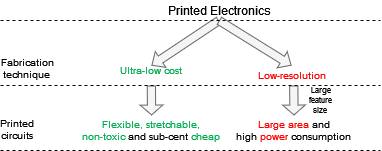
Earlier version of the draw.io export images/problem.png (AutoPNN/AutoPNN.github.io). Source tidied: cells renumbered, new cells last; positions are measured from the earlier drawing's top-left corner, leaving out a move shared by most shapes.
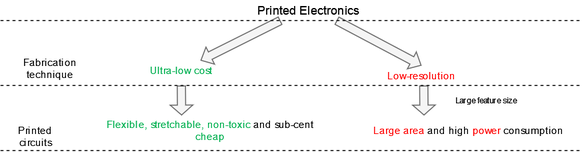
Later version of the same file.

Change to the diagram source:
```diff
@@ -2,67 +2,67 @@
   <root>
     <mxCell id="0" />
     <mxCell id="1" parent="0" />
-    <mxCell id="2" style="group;" parent="1" vertex="1">
-      <mxGeometry width="380" height="150" as="geometry" />
-    </mxCell>
-    <mxCell id="3" value="Printed Electronics" style="text;html=1;strokeColor=none;fillColor=none;align=center;verticalAlign=middle;whiteSpace=wrap;rounded=0;" parent="2" vertex="1">
-      <mxGeometry x="163.5" width="110" height="20" as="geometry" />
+    <mxCell id="3" value="Printed Electronics" style="text;html=1;strokeColor=none;fillColor=none;align=center;verticalAlign=middle;whiteSpace=wrap;rounded=0;" parent="1" vertex="1">
+      <mxGeometry x="253.5" y="10" width="110" height="20" as="geometry" />
     </mxCell>
-    <mxCell id="4" style="shape=flexArrow;endArrow=classic;html=1;rounded=0;width=8.260869565217392;endSize=3.135483870967742;endWidth=9.796633941093969;exitX=0.5;exitY=1;exitDx=0;exitDy=0;entryX=0.5;entryY=0;entryDx=0;entryDy=0;fillColor=#f5f5f5;strokeColor=#666666;" parent="2" edge="1" source="3" target="5">
-      <mxGeometry relative="1" as="geometry" />
+    <mxCell id="4" style="shape=flexArrow;endArrow=classic;html=1;rounded=0;width=8.260869565217392;endSize=3.135483870967742;endWidth=9.796633941093969;fillColor=#f5f5f5;strokeColor=#666666;" parent="1" edge="1">
+      <mxGeometry relative="1" as="geometry">
+        <mxPoint x="280" y="30" as="sourcePoint" />
+        <mxPoint x="200" y="70" as="targetPoint" />
+      </mxGeometry>
     </mxCell>
-    <mxCell id="5" value="&lt;font style=&quot;font-size: 10px;&quot;&gt;&lt;font style=&quot;font-size: 10px;&quot;&gt;&lt;span style=&quot;font-family: Arial; color: rgb(0, 176, 80); font-size: 10px;&quot;&gt;Ultra-low cost&lt;/span&gt;&lt;/font&gt;&lt;/font&gt;" style="text;html=1;strokeColor=none;fillColor=none;align=center;verticalAlign=middle;whiteSpace=wrap;rounded=0;fontSize=10;" parent="2" vertex="1">
-      <mxGeometry x="107.2" y="65" width="87.5" height="10" as="geometry" />
+    <mxCell id="5" value="&lt;font style=&quot;font-size: 10px;&quot;&gt;&lt;font style=&quot;font-size: 10px;&quot;&gt;&lt;span style=&quot;font-family: Arial; color: rgb(0, 176, 80); font-size: 10px;&quot;&gt;Ultra-low cost&lt;/span&gt;&lt;/font&gt;&lt;/font&gt;" style="text;html=1;strokeColor=none;fillColor=none;align=center;verticalAlign=middle;whiteSpace=wrap;rounded=0;fontSize=10;" parent="1" vertex="1">
+      <mxGeometry x="137.2" y="75" width="87.5" height="10" as="geometry" />
     </mxCell>
-    <mxCell id="6" style="shape=flexArrow;endArrow=classic;html=1;rounded=0;width=8.260869565217392;endSize=2.9782608695652173;endWidth=13.3648393194707;fillColor=#f5f5f5;strokeColor=#666666;" parent="2" edge="1">
+    <mxCell id="6" style="shape=flexArrow;endArrow=classic;html=1;rounded=0;width=8.260869565217392;endSize=2.9782608695652173;endWidth=13.3648393194707;fillColor=#f5f5f5;strokeColor=#666666;" parent="1" edge="1">
       <mxGeometry relative="1" as="geometry">
-        <mxPoint x="150.9" y="85" as="sourcePoint" />
-        <mxPoint x="151.1" y="115" as="targetPoint" />
+        <mxPoint x="180.9" y="95" as="sourcePoint" />
+        <mxPoint x="181.1" y="125" as="targetPoint" />
       </mxGeometry>
     </mxCell>
-    <mxCell id="7" value="&lt;font style=&quot;font-size: 10px;&quot;&gt;&lt;span style=&quot;font-family: Arial; color: rgb(0, 176, 80); font-size: 10px;&quot;&gt;Flexible&lt;/span&gt;&lt;span style=&quot;font-family: Arial; color: rgb(0, 176, 80); font-size: 10px;&quot;&gt;, &lt;/span&gt;&lt;span style=&quot;font-family: Arial; color: rgb(0, 176, 80); font-size: 10px;&quot;&gt;stretchable&lt;/span&gt;&lt;span style=&quot;font-family: Arial; color: rgb(0, 176, 80); font-size: 10px;&quot;&gt;, &lt;br style=&quot;font-size: 10px;&quot;&gt;&lt;/span&gt;&lt;span style=&quot;font-family: Arial; color: rgb(0, 176, 80); font-size: 10px;&quot;&gt;non-toxic&lt;/span&gt;&lt;span style=&quot;font-family: Arial; color: black; font-size: 10px;&quot;&gt; and sub-cent &lt;/span&gt;&lt;span style=&quot;font-family: Arial; color: rgb(0, 176, 80); font-size: 10px;&quot;&gt;chea&lt;/span&gt;&lt;/font&gt;&lt;font style=&quot;font-size: 10px;&quot;&gt;&lt;span style=&quot;font-family: Arial; color: rgb(0, 176, 80); font-size: 10px;&quot;&gt;p&lt;/span&gt;&lt;/font&gt;" style="text;html=1;strokeColor=none;fillColor=none;align=center;verticalAlign=middle;whiteSpace=wrap;rounded=0;fontSize=10;" parent="2" vertex="1">
-      <mxGeometry x="81" y="115" width="140" height="30" as="geometry" />
+    <mxCell id="7" value="&lt;font style=&quot;font-size: 10px;&quot;&gt;&lt;span style=&quot;font-family: Arial; color: rgb(0, 176, 80); font-size: 10px;&quot;&gt;Flexible&lt;/span&gt;&lt;span style=&quot;font-family: Arial; color: rgb(0, 176, 80); font-size: 10px;&quot;&gt;, &lt;/span&gt;&lt;span style=&quot;font-family: Arial; color: rgb(0, 176, 80); font-size: 10px;&quot;&gt;stretchable&lt;/span&gt;&lt;span style=&quot;font-family: Arial; color: rgb(0, 176, 80); font-size: 10px;&quot;&gt;, &lt;/span&gt;&lt;span style=&quot;font-family: Arial; color: rgb(0, 176, 80); font-size: 10px;&quot;&gt;non-toxic&lt;/span&gt;&lt;span style=&quot;font-family: Arial; color: black; font-size: 10px;&quot;&gt; and sub-cent &lt;/span&gt;&lt;span style=&quot;font-family: Arial; color: rgb(0, 176, 80); font-size: 10px;&quot;&gt;chea&lt;/span&gt;&lt;/font&gt;&lt;font style=&quot;font-size: 10px;&quot;&gt;&lt;span style=&quot;font-family: Arial; color: rgb(0, 176, 80); font-size: 10px;&quot;&gt;p&lt;/span&gt;&lt;/font&gt;" style="text;html=1;strokeColor=none;fillColor=none;align=center;verticalAlign=middle;whiteSpace=wrap;rounded=0;fontSize=10;" parent="1" vertex="1">
+      <mxGeometry x="90" y="125" width="240" height="30" as="geometry" />
     </mxCell>
-    <mxCell id="8" value="&lt;font style=&quot;font-size: 10px;&quot;&gt;Printed circuits&lt;/font&gt;" style="text;html=1;strokeColor=none;fillColor=none;align=center;verticalAlign=middle;whiteSpace=wrap;rounded=0;fontSize=10;" parent="2" vertex="1">
-      <mxGeometry y="115" width="33.5" height="27.5" as="geometry" />
+    <mxCell id="8" value="&lt;font style=&quot;font-size: 10px;&quot;&gt;Printed circuits&lt;/font&gt;" style="text;html=1;strokeColor=none;fillColor=none;align=center;verticalAlign=middle;whiteSpace=wrap;rounded=0;fontSize=10;" parent="1" vertex="1">
+      <mxGeometry y="132" width="70" height="27.5" as="geometry" />
     </mxCell>
-    <mxCell id="9" value="&lt;font style=&quot;font-size: 10px;&quot;&gt;Fabrication technique&lt;/font&gt;&lt;font style=&quot;font-size: 10px;&quot;&gt;&lt;br style=&quot;font-size: 10px;&quot;&gt;&lt;/font&gt;" style="text;html=1;strokeColor=none;fillColor=none;align=center;verticalAlign=middle;whiteSpace=wrap;rounded=0;fontSize=10;" parent="2" vertex="1">
-      <mxGeometry y="50" width="53.5" height="35" as="geometry" />
+    <mxCell id="9" value="&lt;font style=&quot;font-size: 10px;&quot;&gt;Fabrication technique&lt;/font&gt;&lt;font style=&quot;font-size: 10px;&quot;&gt;&lt;br style=&quot;font-size: 10px;&quot;&gt;&lt;/font&gt;" style="text;html=1;strokeColor=none;fillColor=none;align=center;verticalAlign=middle;whiteSpace=wrap;rounded=0;fontSize=10;" parent="1" vertex="1">
+      <mxGeometry y="60" width="100" height="35" as="geometry" />
     </mxCell>
-    <mxCell id="10" value="&lt;font style=&quot;font-size: 10px;&quot;&gt;&lt;span style=&quot;font-family: Arial; color: red; font-size: 10px;&quot;&gt;Low-resolution&lt;/span&gt;&lt;/font&gt;" style="text;html=1;strokeColor=none;fillColor=none;align=center;verticalAlign=middle;whiteSpace=wrap;rounded=0;fontSize=10;" parent="2" vertex="1">
-      <mxGeometry x="253.5" y="65" width="75" height="20" as="geometry" />
+    <mxCell id="10" value="&lt;font style=&quot;font-size: 10px;&quot;&gt;&lt;span style=&quot;font-family: Arial; color: red; font-size: 10px;&quot;&gt;Low-resolution&lt;/span&gt;&lt;/font&gt;" style="text;html=1;strokeColor=none;fillColor=none;align=center;verticalAlign=middle;whiteSpace=wrap;rounded=0;fontSize=10;" parent="1" vertex="1">
+      <mxGeometry x="383.5" y="75" width="75" height="20" as="geometry" />
     </mxCell>
-    <mxCell id="11" value="&lt;font style=&quot;font-size: 10px;&quot;&gt;&lt;span style=&quot;font-family: Arial; color: red; font-size: 10px;&quot;&gt;Large area&lt;/span&gt;&lt;span style=&quot;font-family: Arial; color: black; font-size: 10px;&quot;&gt; and&lt;br&gt;high &lt;/span&gt;&lt;span style=&quot;font-family: Arial; color: red; font-size: 10px;&quot;&gt;power&lt;/span&gt;&lt;span style=&quot;font-family: Arial; color: black; font-size: 10px;&quot;&gt; consumption&lt;/span&gt;&lt;/font&gt;&lt;font style=&quot;font-size: 10px;&quot;&gt;&lt;br style=&quot;font-size: 10px;&quot;&gt;&lt;/font&gt;" style="text;html=1;strokeColor=none;fillColor=none;align=center;verticalAlign=middle;whiteSpace=wrap;rounded=0;fontSize=10;" parent="2" vertex="1">
-      <mxGeometry x="233.5" y="115" width="120" height="30" as="geometry" />
+    <mxCell id="11" value="&lt;font style=&quot;font-size: 10px;&quot;&gt;&lt;span style=&quot;font-family: Arial; color: red; font-size: 10px;&quot;&gt;Large area&lt;/span&gt;&lt;span style=&quot;font-family: Arial; color: black; font-size: 10px;&quot;&gt; and high &lt;/span&gt;&lt;span style=&quot;font-family: Arial; color: red; font-size: 10px;&quot;&gt;power&lt;/span&gt;&lt;span style=&quot;font-family: Arial; color: black; font-size: 10px;&quot;&gt; consumption&lt;/span&gt;&lt;/font&gt;&lt;font style=&quot;font-size: 10px;&quot;&gt;&lt;br style=&quot;font-size: 10px;&quot;&gt;&lt;/font&gt;" style="text;html=1;strokeColor=none;fillColor=none;align=center;verticalAlign=middle;whiteSpace=wrap;rounded=0;fontSize=10;" parent="1" vertex="1">
+      <mxGeometry x="370" y="125" width="196.5" height="30" as="geometry" />
     </mxCell>
-    <mxCell id="12" value="&lt;font style=&quot;font-size: 8px;&quot;&gt;&lt;span style=&quot;font-family: Arial; color: black; font-size: 8px;&quot;&gt;Large feature size&lt;/span&gt;&lt;/font&gt;&lt;font style=&quot;font-size: 8px;&quot;&gt;&lt;br style=&quot;font-size: 8px;&quot;&gt;&lt;/font&gt;" style="text;html=1;strokeColor=none;fillColor=none;align=center;verticalAlign=middle;whiteSpace=wrap;rounded=0;fontSize=8;rotation=0;" parent="2" vertex="1">
-      <mxGeometry x="300.5" y="85" width="38.8" height="30" as="geometry" />
+    <mxCell id="12" value="&lt;font style=&quot;font-size: 8px;&quot;&gt;&lt;span style=&quot;font-family: Arial; color: black; font-size: 8px;&quot;&gt;Large feature size&lt;/span&gt;&lt;/font&gt;&lt;font style=&quot;font-size: 8px;&quot;&gt;&lt;br style=&quot;font-size: 8px;&quot;&gt;&lt;/font&gt;" style="text;html=1;strokeColor=none;fillColor=none;align=center;verticalAlign=middle;whiteSpace=wrap;rounded=0;fontSize=8;rotation=0;" parent="1" vertex="1">
+      <mxGeometry x="450.5" y="95" width="69.5" height="30" as="geometry" />
     </mxCell>
-    <mxCell id="13" style="shape=flexArrow;endArrow=classic;html=1;rounded=0;width=8.260869565217392;endSize=2.9782608695652173;endWidth=13.3648393194707;fillColor=#f5f5f5;strokeColor=#666666;" parent="2" edge="1">
+    <mxCell id="13" style="shape=flexArrow;endArrow=classic;html=1;rounded=0;width=8.260869565217392;endSize=2.9782608695652173;endWidth=13.3648393194707;fillColor=#f5f5f5;strokeColor=#666666;" parent="1" edge="1">
       <mxGeometry relative="1" as="geometry">
-        <mxPoint x="293.3" y="85" as="sourcePoint" />
-        <mxPoint x="293.5" y="115" as="targetPoint" />
+        <mxPoint x="423.3" y="95" as="sourcePoint" />
+        <mxPoint x="423.5" y="125" as="targetPoint" />
       </mxGeometry>
     </mxCell>
-    <mxCell id="14" style="endArrow=none;dashed=1;html=1;rounded=0;" parent="2" edge="1">
+    <mxCell id="14" style="endArrow=none;dashed=1;html=1;rounded=0;" parent="1" edge="1">
       <mxGeometry relative="1" as="geometry">
-        <mxPoint y="85" as="sourcePoint" />
-        <mxPoint x="380" y="85" as="targetPoint" />
+        <mxPoint y="95" as="sourcePoint" />
+        <mxPoint x="580" y="95" as="targetPoint" />
       </mxGeometry>
     </mxCell>
-    <mxCell id="15" style="endArrow=none;dashed=1;html=1;rounded=0;" parent="2" edge="1">
+    <mxCell id="15" style="endArrow=none;dashed=1;html=1;rounded=0;" parent="1" edge="1">
       <mxGeometry relative="1" as="geometry">
-        <mxPoint y="150" as="sourcePoint" />
-        <mxPoint x="380" y="150" as="targetPoint" />
+        <mxPoint y="160" as="sourcePoint" />
+        <mxPoint x="580" y="160" as="targetPoint" />
       </mxGeometry>
     </mxCell>
-    <mxCell id="16" style="shape=flexArrow;endArrow=classic;html=1;rounded=0;width=8.260869565217392;endSize=3.135483870967742;endWidth=9.796633941093969;entryX=0.5;entryY=0;entryDx=0;entryDy=0;fillColor=#f5f5f5;strokeColor=#666666;exitX=0.5;exitY=1;exitDx=0;exitDy=0;" parent="2" edge="1" source="3" target="10">
+    <mxCell id="16" style="shape=flexArrow;endArrow=classic;html=1;rounded=0;width=8.260869565217392;endSize=3.135483870967742;endWidth=9.796633941093969;entryX=0.5;entryY=0;entryDx=0;entryDy=0;fillColor=#f5f5f5;strokeColor=#666666;exitX=0.75;exitY=1;exitDx=0;exitDy=0;" parent="1" edge="1" source="3" target="10">
       <mxGeometry relative="1" as="geometry" />
     </mxCell>
-    <mxCell id="17" style="endArrow=none;dashed=1;html=1;rounded=0;" parent="2" edge="1">
+    <mxCell id="17" style="endArrow=none;dashed=1;html=1;rounded=0;" parent="1" edge="1">
       <mxGeometry relative="1" as="geometry">
-        <mxPoint y="20" as="sourcePoint" />
-        <mxPoint x="380" y="20" as="targetPoint" />
+        <mxPoint y="30" as="sourcePoint" />
+        <mxPoint x="580" y="30" as="targetPoint" />
       </mxGeometry>
     </mxCell>
   </root>
```
